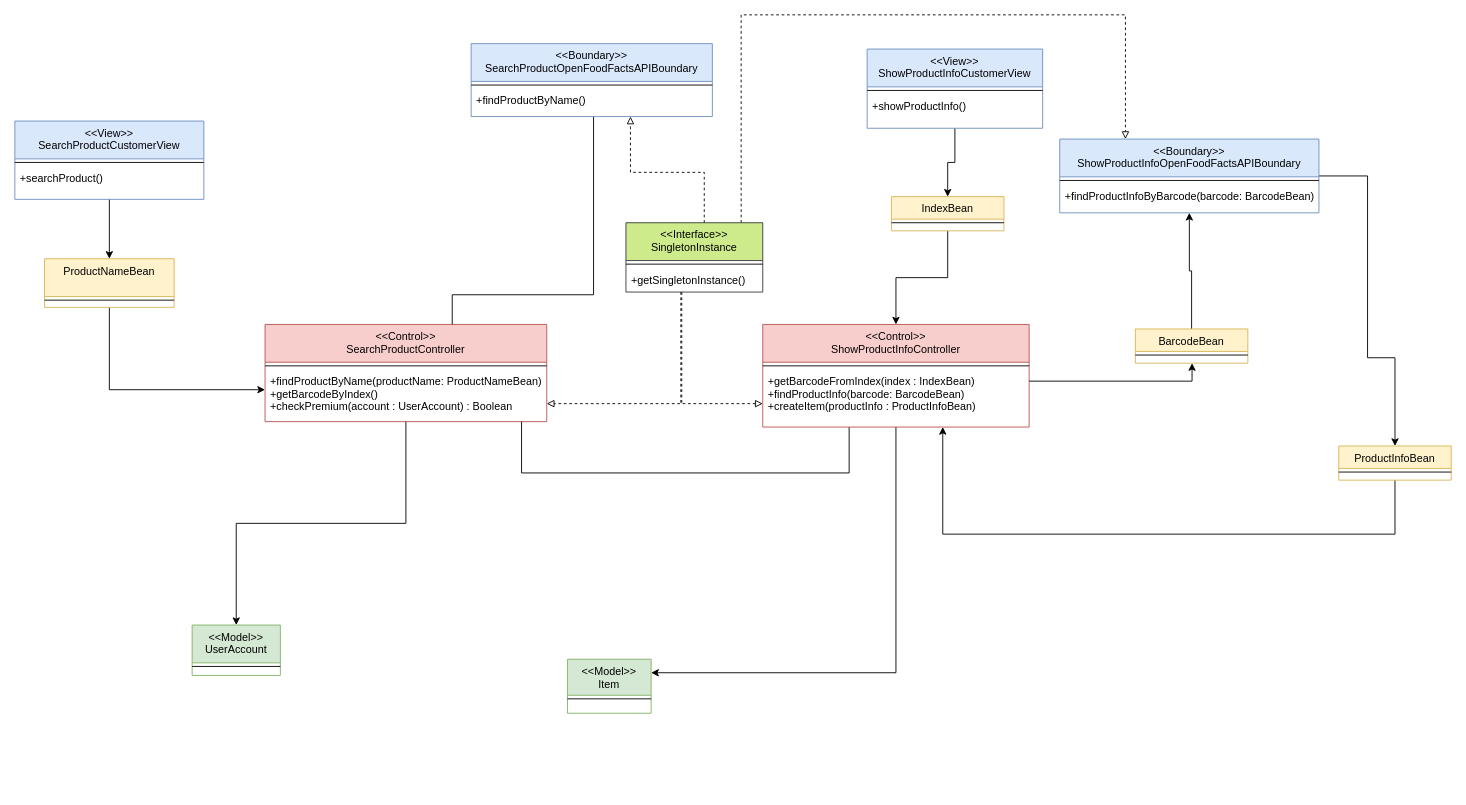
Earlier version of the draw.io diagram docx&pdf/ClassDiagram_BCE/DESIGN_SearchProduct.drawio (FredHats99/HealthyCart). Source tidied: cells renumbered, new cells numbered last; positions are measured from the earlier drawing's top-left corner, leaving out a move shared by most shapes. Both pictures are drawn from the tidied source at 90%, with x=0, y=0 at pixel (14, 14).
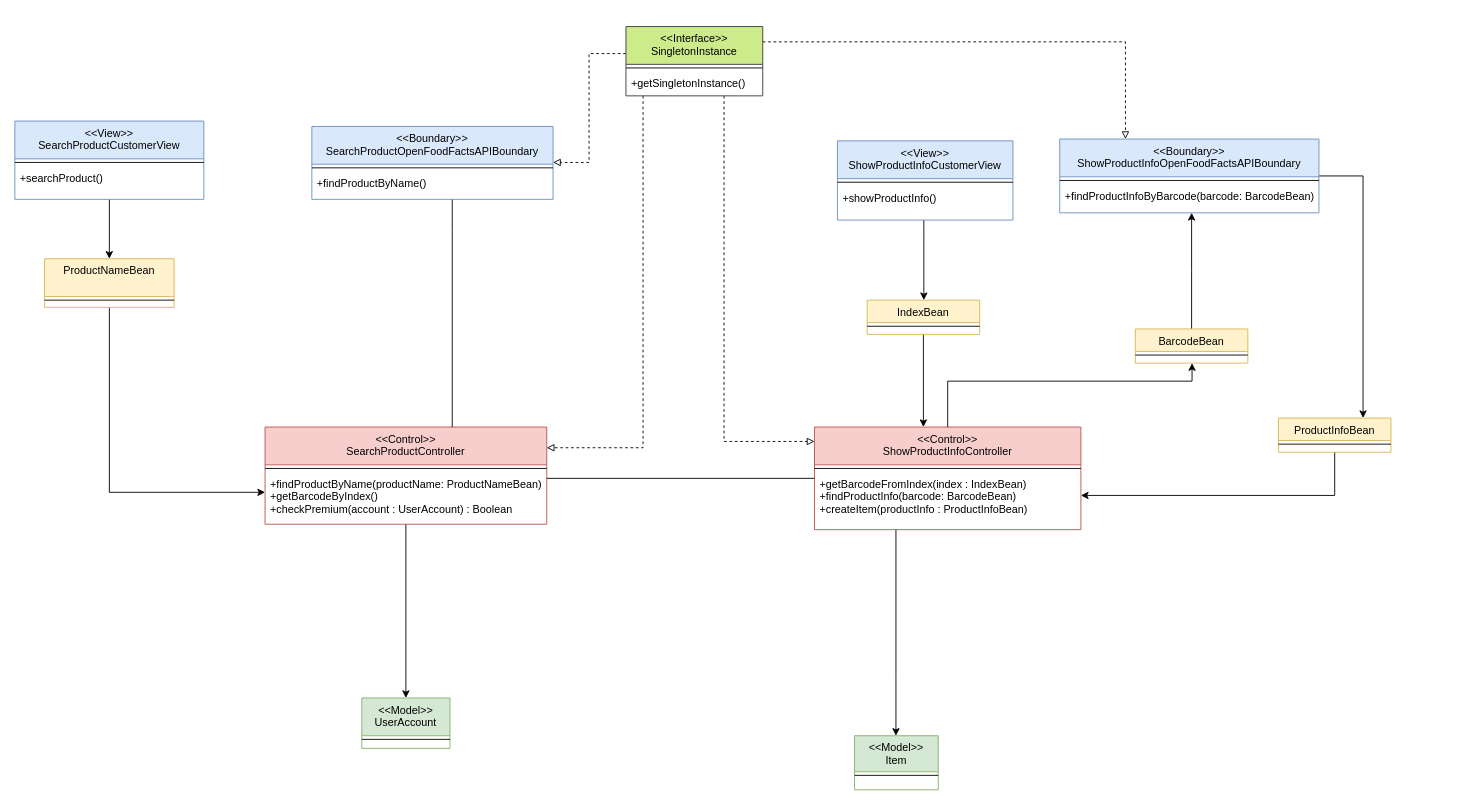
The same page after the edit.

Commit message:
design searchProduct remake

The change refers to these unchanged cells:
```xml
<mxCell id="10" value="+findProductByName(productName: ProductNameBean)&#10;+getBarcodeByIndex()&#10;+checkPremium(account : UserAccount) : Boolean" style="text;align=left;verticalAlign=top;spacingLeft=4;spacingRight=4;overflow=hidden;points=[[0,0.5],[1,0.5]];portConstraint=eastwest;" parent="8" vertex="1">
  <mxGeometry y="50" width="313" height="45" as="geometry" />
</mxCell>
<mxCell id="27" value="+getBarcodeFromIndex(index : IndexBean)&#10;+findProductInfo(barcode: BarcodeBean) &#10;+createItem(productInfo : ProductInfoBean)" style="text;align=left;verticalAlign=top;spacingLeft=4;spacingRight=4;overflow=hidden;points=[[0,0.5],[1,0.5]];portConstraint=eastwest;" parent="25" vertex="1">
  <mxGeometry y="50" width="296" height="61" as="geometry" />
</mxCell>
<mxCell id="29" value="&lt;&lt;Boundary&gt;&gt;&#10;ShowProductInfoOpenFoodFactsAPIBoundary" style="swimlane;fontStyle=0;align=center;verticalAlign=top;horizontal=1;startSize=42;rounded=0;shadow=0;strokeWidth=1;fillColor=#dae8fc;strokeColor=#6c8ebf;" parent="1" vertex="1">
  <mxGeometry x="1161" y="138" width="288" height="82" as="geometry" />
</mxCell>
<mxCell id="39" value="BarcodeBean" style="swimlane;fontStyle=0;align=center;verticalAlign=top;horizontal=1;startSize=25;rounded=0;shadow=0;strokeWidth=1;fillColor=#fff2cc;strokeColor=#d6b656;" parent="1" vertex="1">
  <mxGeometry x="1245" y="349" width="125" height="38" as="geometry" />
</mxCell>
```

Change to the diagram source:
```diff
@@
     <mxCell id="2" value="&lt;&lt;Model&gt;&gt;&#10;UserAccount" style="swimlane;fontStyle=0;align=center;verticalAlign=top;horizontal=1;startSize=42;rounded=0;shadow=0;strokeWidth=1;fillColor=#d5e8d4;strokeColor=#82b366;" parent="1" vertex="1">
-      <mxGeometry x="197" y="678" width="98" height="56" as="geometry" />
+      <mxGeometry x="385.5" y="759" width="98" height="56" as="geometry" />
     </mxCell>
@@
     <mxCell id="4" value="&lt;&lt;Model&gt;&gt;&#10;Item" style="swimlane;fontStyle=0;align=center;verticalAlign=top;horizontal=1;startSize=40;rounded=0;shadow=0;strokeWidth=1;fillColor=#d5e8d4;strokeColor=#82b366;" parent="1" vertex="1">
-      <mxGeometry x="614" y="716" width="93" height="60" as="geometry" />
+      <mxGeometry x="933" y="801" width="93" height="60" as="geometry" />
     </mxCell>
@@
     <mxCell id="8" value="&lt;&lt;Control&gt;&gt;&#10;SearchProductController" style="swimlane;fontStyle=0;align=center;verticalAlign=top;horizontal=1;startSize=42;rounded=0;shadow=0;strokeWidth=1;fillColor=#f8cecc;strokeColor=#b85450;" parent="1" vertex="1">
-      <mxGeometry x="278" y="344" width="313" height="108" as="geometry" />
+      <mxGeometry x="278" y="458" width="313" height="108" as="geometry" />
     </mxCell>
@@
     <mxCell id="15" style="edgeStyle=orthogonalEdgeStyle;rounded=0;jettySize=auto;html=1;startArrow=none;startFill=0;endArrow=none;endFill=0;" parent="1" edge="1" source="16" target="8">
       <mxGeometry relative="1" as="geometry">
         <Array as="points">
-          <mxPoint x="643" y="311" />
-          <mxPoint x="486" y="311" />
+          <mxPoint x="486" y="241" />
+          <mxPoint x="486" y="241" />
         </Array>
       </mxGeometry>
     </mxCell>
     <mxCell id="16" value="&lt;&lt;Boundary&gt;&gt;&#10;SearchProductOpenFoodFactsAPIBoundary" style="swimlane;fontStyle=0;align=center;verticalAlign=top;horizontal=1;startSize=42;rounded=0;shadow=0;strokeWidth=1;fillColor=#dae8fc;strokeColor=#6c8ebf;" parent="1" vertex="1">
-      <mxGeometry x="507" y="32" width="268" height="81" as="geometry" />
+      <mxGeometry x="330" y="124" width="268" height="81" as="geometry" />
     </mxCell>
@@
     <mxCell id="19" style="edgeStyle=orthogonalEdgeStyle;rounded=0;jettySize=auto;html=1;startArrow=none;startFill=0;endArrow=classic;endFill=1;" parent="1" edge="1" source="20" target="36">
-      <mxGeometry relative="1" as="geometry" />
+      <mxGeometry relative="1" as="geometry">
+        <Array as="points">
+          <mxPoint x="1010" y="247" />
+          <mxPoint x="1010" y="247" />
+        </Array>
+      </mxGeometry>
     </mxCell>
     <mxCell id="20" value="&lt;&lt;View&gt;&gt;&#10;ShowProductInfoCustomerView" style="swimlane;fontStyle=0;align=center;verticalAlign=top;horizontal=1;startSize=42;rounded=0;shadow=0;strokeWidth=1;fillColor=#dae8fc;strokeColor=#6c8ebf;" parent="1" vertex="1">
-      <mxGeometry x="947" y="38" width="195" height="88" as="geometry" />
+      <mxGeometry x="914" y="140" width="195" height="88" as="geometry" />
     </mxCell>
@@
     <mxCell id="25" value="&lt;&lt;Control&gt;&gt;&#10;ShowProductInfoController" style="swimlane;fontStyle=0;align=center;verticalAlign=top;horizontal=1;startSize=42;rounded=0;shadow=0;strokeWidth=1;fillColor=#f8cecc;strokeColor=#b85450;" parent="1" vertex="1">
-      <mxGeometry x="831" y="344" width="296" height="114" as="geometry" />
+      <mxGeometry x="888.5" y="458" width="296" height="114" as="geometry" />
     </mxCell>
@@
-    <mxCell id="28" style="edgeStyle=orthogonalEdgeStyle;rounded=0;jettySize=auto;html=1;entryX=0.5;entryY=0;entryDx=0;entryDy=0;startArrow=none;startFill=0;endArrow=classic;endFill=1;" parent="1" edge="1" source="29" target="43">
+    <mxCell id="28" style="rounded=0;jettySize=auto;html=1;startArrow=none;startFill=0;endArrow=classic;endFill=1;edgeStyle=orthogonalEdgeStyle;" parent="1" edge="1" source="29" target="43">
       <mxGeometry relative="1" as="geometry">
         <Array as="points">
-          <mxPoint x="1503" y="381" />
-          <mxPoint x="1534" y="381" />
+          <mxPoint x="1498" y="179" />
         </Array>
       </mxGeometry>
     </mxCell>
@@
     <mxCell id="35" style="edgeStyle=orthogonalEdgeStyle;rounded=0;jettySize=auto;html=1;startArrow=none;startFill=0;endArrow=classic;endFill=1;" parent="1" edge="1" source="36" target="25">
-      <mxGeometry relative="1" as="geometry" />
+      <mxGeometry relative="1" as="geometry">
+        <Array as="points">
+          <mxPoint x="1018" y="342" />
+          <mxPoint x="1018" y="342" />
+        </Array>
+      </mxGeometry>
     </mxCell>
     <mxCell id="36" value="IndexBean" style="swimlane;fontStyle=0;align=center;verticalAlign=top;horizontal=1;startSize=25;rounded=0;shadow=0;strokeWidth=1;fillColor=#fff2cc;strokeColor=#d6b656;" parent="1" vertex="1">
-      <mxGeometry x="974" y="202" width="125" height="38" as="geometry" />
+      <mxGeometry x="947" y="317" width="125" height="38" as="geometry" />
     </mxCell>
@@
     <mxCell id="38" style="edgeStyle=orthogonalEdgeStyle;rounded=0;jettySize=auto;html=1;startArrow=none;startFill=0;endArrow=classic;endFill=1;" parent="1" edge="1" source="39" target="29">
-      <mxGeometry relative="1" as="geometry" />
+      <mxGeometry relative="1" as="geometry">
+        <Array as="points">
+          <mxPoint x="1308" y="284" />
+          <mxPoint x="1308" y="284" />
+        </Array>
+      </mxGeometry>
     </mxCell>
@@
-    <mxCell id="41" style="edgeStyle=orthogonalEdgeStyle;rounded=0;jettySize=auto;html=1;startArrow=none;startFill=0;endArrow=classic;endFill=1;" parent="1" edge="1" source="27" target="39">
+    <mxCell id="41" style="edgeStyle=orthogonalEdgeStyle;rounded=0;jettySize=auto;html=1;startArrow=none;startFill=0;endArrow=classic;endFill=1;" parent="1" edge="1" source="25" target="39">
       <mxGeometry relative="1" as="geometry">
         <Array as="points">
+          <mxPoint x="1037" y="407" />
           <mxPoint x="1308" y="407" />
         </Array>
       </mxGeometry>
     </mxCell>
     <mxCell id="42" style="edgeStyle=orthogonalEdgeStyle;rounded=0;jettySize=auto;html=1;startArrow=none;startFill=0;endArrow=classic;endFill=1;" parent="1" edge="1" source="43" target="25">
       <mxGeometry relative="1" as="geometry">
         <Array as="points">
-          <mxPoint x="1534" y="577" />
-          <mxPoint x="1031" y="577" />
+          <mxPoint x="1467" y="534" />
         </Array>
       </mxGeometry>
     </mxCell>
     <mxCell id="43" value="ProductInfoBean" style="swimlane;fontStyle=0;align=center;verticalAlign=top;horizontal=1;startSize=25;rounded=0;shadow=0;strokeWidth=1;fillColor=#fff2cc;strokeColor=#d6b656;" parent="1" vertex="1">
-      <mxGeometry x="1471" y="479" width="125" height="38" as="geometry" />
+      <mxGeometry x="1404" y="448" width="125" height="38" as="geometry" />
     </mxCell>
@@
-    <mxCell id="45" style="edgeStyle=orthogonalEdgeStyle;rounded=0;jettySize=auto;html=1;endArrow=block;endFill=0;dashed=1;" parent="1" edge="1" source="49" target="10">
+    <mxCell id="45" style="edgeStyle=orthogonalEdgeStyle;rounded=0;jettySize=auto;html=1;endArrow=block;endFill=0;dashed=1;" parent="1" edge="1" source="49" target="8">
       <mxGeometry relative="1" as="geometry">
         <Array as="points">
-          <mxPoint x="741" y="432" />
+          <mxPoint x="698" y="481" />
         </Array>
       </mxGeometry>
     </mxCell>
     <mxCell id="46" style="edgeStyle=orthogonalEdgeStyle;rounded=0;jettySize=auto;html=1;endArrow=block;endFill=0;dashed=1;" parent="1" edge="1" source="49" target="25">
       <mxGeometry relative="1" as="geometry">
         <Array as="points">
-          <mxPoint x="740" y="432" />
+          <mxPoint x="788" y="474" />
         </Array>
       </mxGeometry>
     </mxCell>
     <mxCell id="47" style="edgeStyle=orthogonalEdgeStyle;rounded=0;jettySize=auto;html=1;dashed=1;endArrow=block;endFill=0;" parent="1" edge="1" source="49" target="16">
       <mxGeometry relative="1" as="geometry">
         <Array as="points">
-          <mxPoint x="766" y="175" />
-          <mxPoint x="684" y="175" />
+          <mxPoint x="638" y="43" />
+          <mxPoint x="638" y="164" />
         </Array>
       </mxGeometry>
     </mxCell>
     <mxCell id="48" style="edgeStyle=orthogonalEdgeStyle;rounded=0;jettySize=auto;html=1;dashed=1;endArrow=block;endFill=0;" parent="1" edge="1" source="49" target="29">
       <mxGeometry relative="1" as="geometry">
         <Array as="points">
-          <mxPoint x="807" />
-          <mxPoint x="1234" />
+          <mxPoint x="1234" y="30" />
         </Array>
       </mxGeometry>
     </mxCell>
     <mxCell id="49" value="&lt;&lt;Interface&gt;&gt;&#10;SingletonInstance" style="swimlane;fontStyle=0;align=center;verticalAlign=top;horizontal=1;startSize=42;rounded=0;shadow=0;strokeWidth=1;fillColor=#cdeb8b;strokeColor=#36393d;" parent="1" vertex="1">
-      <mxGeometry x="679" y="231" width="152" height="77" as="geometry" />
+      <mxGeometry x="679" y="13" width="152" height="77" as="geometry" />
     </mxCell>
```
